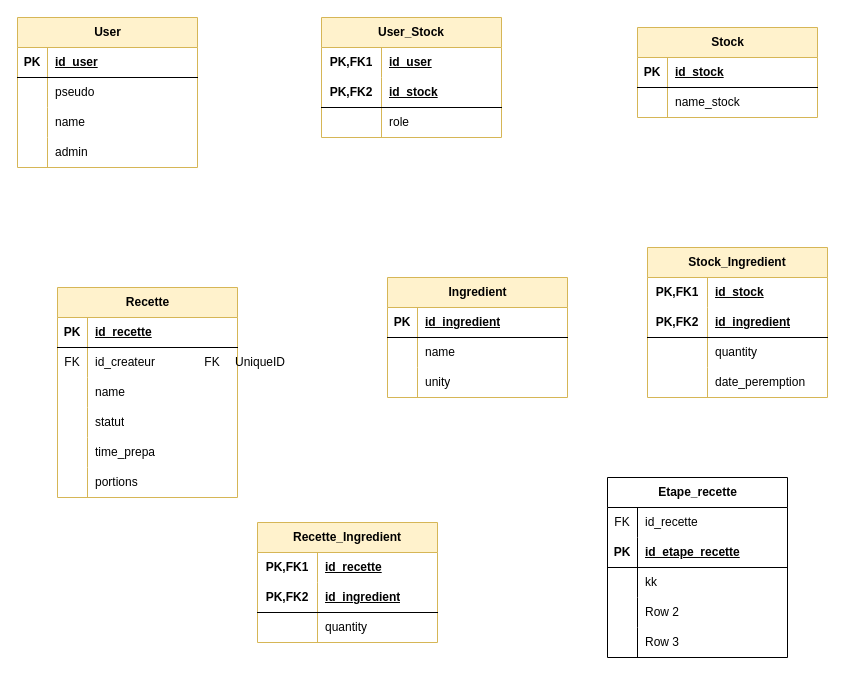
Projet-ingenierie-logiciel-2A-JerRouTes/projet2A keeps this draw.io diagram as diagramme_bdd.drawio. Above is the earlier version. Source tidied: cells renumbered, new cells numbered last; positions are measured from the earlier drawing's top-left corner, leaving out a move shared by most shapes. Both pictures are drawn from the tidied source at 100%, with x=0, y=0 at pixel (17, 17).
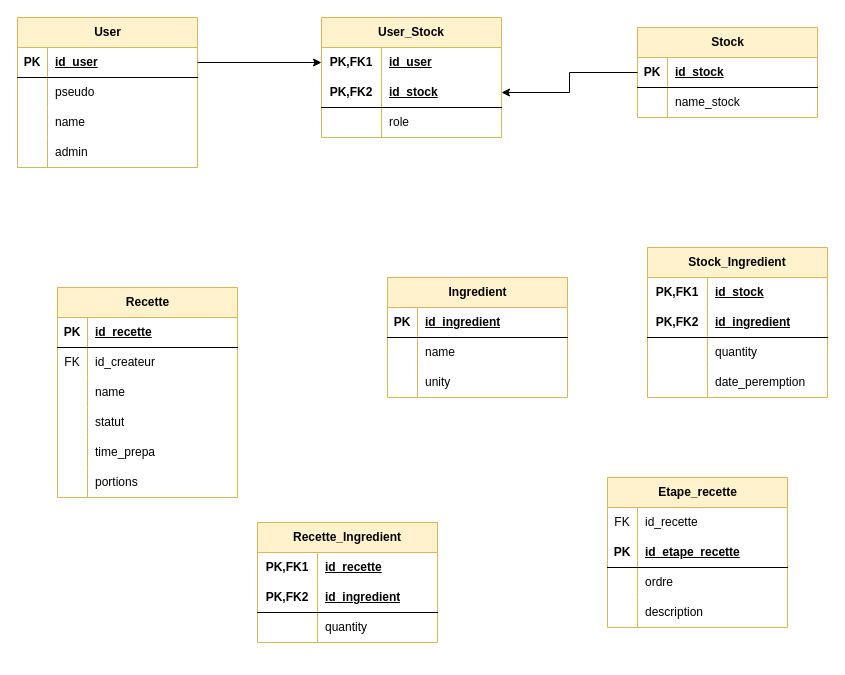
The same diagram, later.

Commit message (it also covers changes not shown here):
Mettre à jour diagramme_bdd.drawio

The change refers to these unchanged cells:
```xml
<mxCell id="3" style="shape=tableRow;horizontal=0;startSize=0;swimlaneHead=0;swimlaneBody=0;fillColor=none;points=[[0,0.5],[1,0.5]];portConstraint=eastwest;top=0;left=0;right=0;bottom=1;" parent="2" vertex="1">
  <mxGeometry y="30" width="180" height="30" as="geometry" />
</mxCell>
<mxCell id="16" style="shape=tableRow;horizontal=0;startSize=0;swimlaneHead=0;swimlaneBody=0;fillColor=none;points=[[0,0.5],[1,0.5]];portConstraint=eastwest;top=0;left=0;right=0;bottom=1;" parent="15" vertex="1">
  <mxGeometry y="30" width="180" height="30" as="geometry" />
</mxCell>
<mxCell id="23" style="shape=tableRow;horizontal=0;startSize=0;swimlaneHead=0;swimlaneBody=0;fillColor=none;points=[[0,0.5],[1,0.5]];portConstraint=eastwest;top=0;left=0;right=0;bottom=0;html=1;" parent="22" vertex="1">
  <mxGeometry y="30" width="180" height="30" as="geometry" />
</mxCell>
<mxCell id="26" style="shape=tableRow;horizontal=0;startSize=0;swimlaneHead=0;swimlaneBody=0;fillColor=none;points=[[0,0.5],[1,0.5]];portConstraint=eastwest;top=0;left=0;right=0;bottom=1;html=1;" parent="22" vertex="1">
  <mxGeometry y="60" width="180" height="30" as="geometry" />
</mxCell>
<mxCell id="91" style="shape=tableRow;horizontal=0;startSize=0;swimlaneHead=0;swimlaneBody=0;fillColor=none;top=0;left=0;right=0;bottom=0;" parent="84" vertex="1">
  <mxGeometry y="90" width="180" height="30" as="geometry" />
</mxCell>
<mxCell id="94" style="shape=tableRow;horizontal=0;startSize=0;swimlaneHead=0;swimlaneBody=0;fillColor=none;top=0;left=0;right=0;bottom=0;" parent="84" vertex="1">
  <mxGeometry y="120" width="180" height="30" as="geometry" />
</mxCell>
```

The edit, as a diff of the source:
```diff
@@
-    <mxCell id="84" value="Etape_recette" style="shape=table;startSize=30;childLayout=tableLayout;rowLines=0;fontStyle=1;align=center;html=1;" parent="1" vertex="1">
-      <mxGeometry x="590" y="460" width="180" height="180" as="geometry" />
+    <mxCell id="84" value="Etape_recette" style="shape=table;startSize=30;childLayout=tableLayout;rowLines=0;fontStyle=1;align=center;html=1;fillColor=#fff2cc;strokeColor=#d6b656;" parent="1" vertex="1">
+      <mxGeometry x="590" y="460" width="180" height="150" as="geometry" />
     </mxCell>
@@
-    <mxCell id="93" value="kk" style="shape=partialRectangle;fillColor=none;top=0;left=0;bottom=0;right=0;align=left;spacingLeft=6;overflow=hidden;whiteSpace=wrap;html=1;" parent="91" vertex="1">
+    <mxCell id="93" value="ordre" style="shape=partialRectangle;fillColor=none;top=0;left=0;bottom=0;right=0;align=left;spacingLeft=6;overflow=hidden;whiteSpace=wrap;html=1;" parent="91" vertex="1">
       <mxGeometry x="30" width="150" height="30" as="geometry" />
     </mxCell>
@@
-    <mxCell id="96" value="Row 2" style="shape=partialRectangle;fillColor=none;top=0;left=0;bottom=0;right=0;align=left;spacingLeft=6;overflow=hidden;whiteSpace=wrap;html=1;" parent="94" vertex="1">
+    <mxCell id="96" value="description" style="shape=partialRectangle;fillColor=none;top=0;left=0;bottom=0;right=0;align=left;spacingLeft=6;overflow=hidden;whiteSpace=wrap;html=1;" parent="94" vertex="1">
       <mxGeometry x="30" width="150" height="30" as="geometry" />
     </mxCell>
-    <mxCell id="97" style="shape=tableRow;horizontal=0;startSize=0;swimlaneHead=0;swimlaneBody=0;fillColor=none;top=0;left=0;right=0;bottom=0;" parent="84" vertex="1">
-      <mxGeometry y="150" width="180" height="30" as="geometry" />
-    </mxCell>
-    <mxCell id="98" style="shape=partialRectangle;fillColor=none;top=0;left=0;bottom=0;right=0;overflow=hidden;whiteSpace=wrap;html=1;" parent="97" vertex="1">
-      <mxGeometry width="30" height="30" as="geometry" />
-    </mxCell>
-    <mxCell id="99" value="Row 3" style="shape=partialRectangle;fillColor=none;top=0;left=0;bottom=0;right=0;align=left;spacingLeft=6;overflow=hidden;whiteSpace=wrap;html=1;" parent="97" vertex="1">
-      <mxGeometry x="30" width="150" height="30" as="geometry" />
-    </mxCell>
-    <mxCell id="100" style="shape=table;startSize=0;childLayout=tableLayout;rowLines=0;fontStyle=0;align=center;strokeColor=none;fillColor=none;" parent="1" vertex="1">
-      <mxGeometry x="180" y="330" width="180" height="30" as="geometry" />
-    </mxCell>
-    <mxCell id="101" style="shape=tableRow;horizontal=0;startSize=0;swimlaneHead=0;swimlaneBody=0;fillColor=none;top=0;left=0;right=0;bottom=0;" parent="100" vertex="1">
-      <mxGeometry width="180" height="30" as="geometry" />
-    </mxCell>
-    <mxCell id="102" value="FK" style="shape=partialRectangle;fillColor=none;top=0;left=0;bottom=0;right=0;fontStyle=0;overflow=hidden;whiteSpace=wrap;html=1;" parent="101" vertex="1">
-      <mxGeometry width="30" height="30" as="geometry" />
-    </mxCell>
-    <mxCell id="103" value="UniqueID" style="shape=partialRectangle;fillColor=none;top=0;left=0;bottom=0;right=0;align=left;spacingLeft=6;fontStyle=0;overflow=hidden;whiteSpace=wrap;html=1;" parent="101" vertex="1">
-      <mxGeometry x="30" width="150" height="30" as="geometry" />
-    </mxCell>
+    <mxCell id="104" style="edgeStyle=orthogonalEdgeStyle;rounded=0;jettySize=auto;html=1;" parent="1" edge="1" source="3" target="23">
+      <mxGeometry relative="1" as="geometry" />
+    </mxCell>
+    <mxCell id="105" style="edgeStyle=orthogonalEdgeStyle;rounded=0;jettySize=auto;html=1;exitX=0;exitY=0.5;exitDx=0;exitDy=0;" parent="1" edge="1" source="16" target="26">
+      <mxGeometry relative="1" as="geometry" />
+    </mxCell>
```
